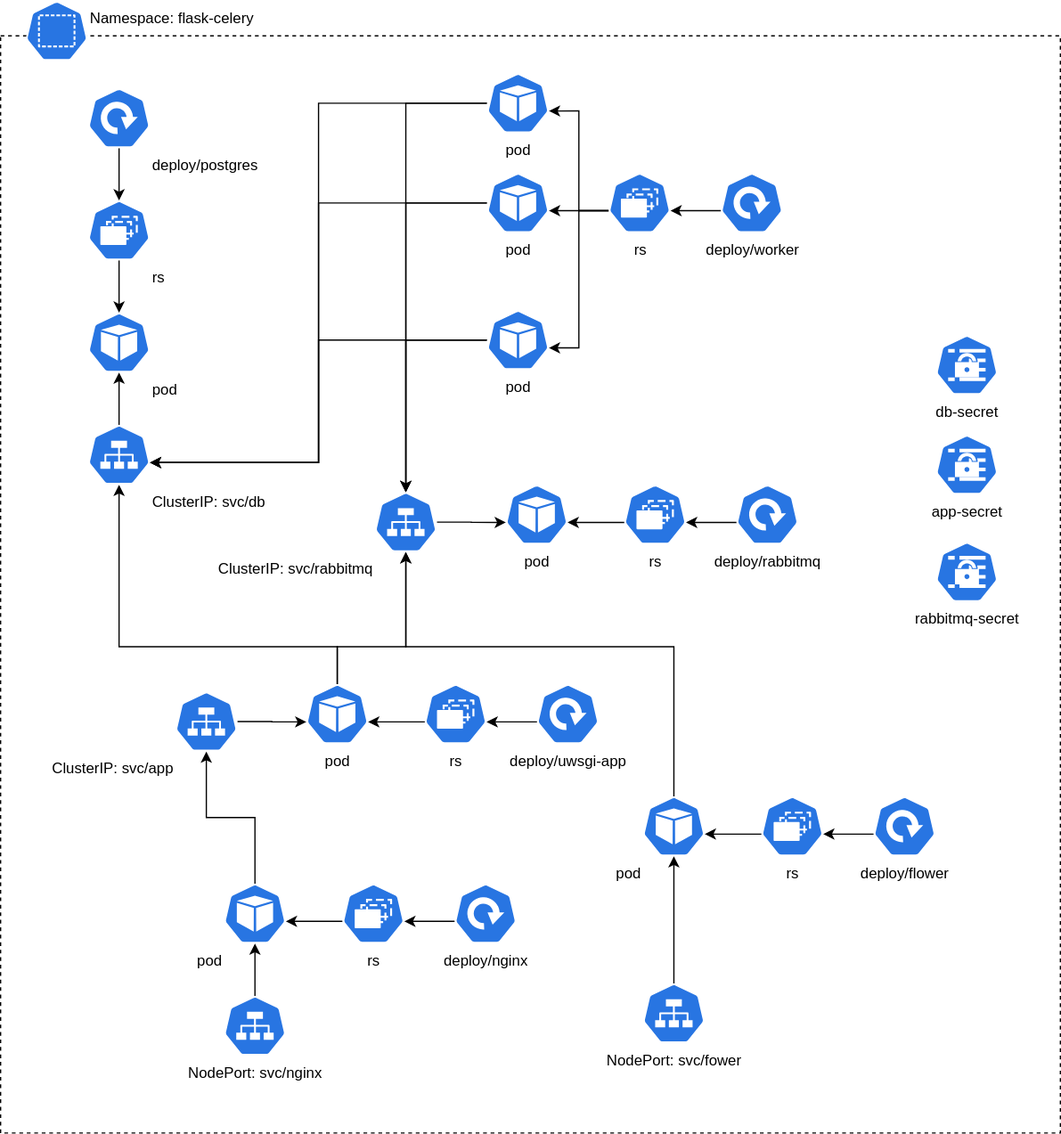
The draw.io diagram .github/images/k8s-diagram.svg in asoucase/flask-celery-kubernetes-example, before a commit. Source tidied: cells renumbered, new cells last; positions are measured from the earlier drawing's top-left corner, leaving out a move shared by most shapes.
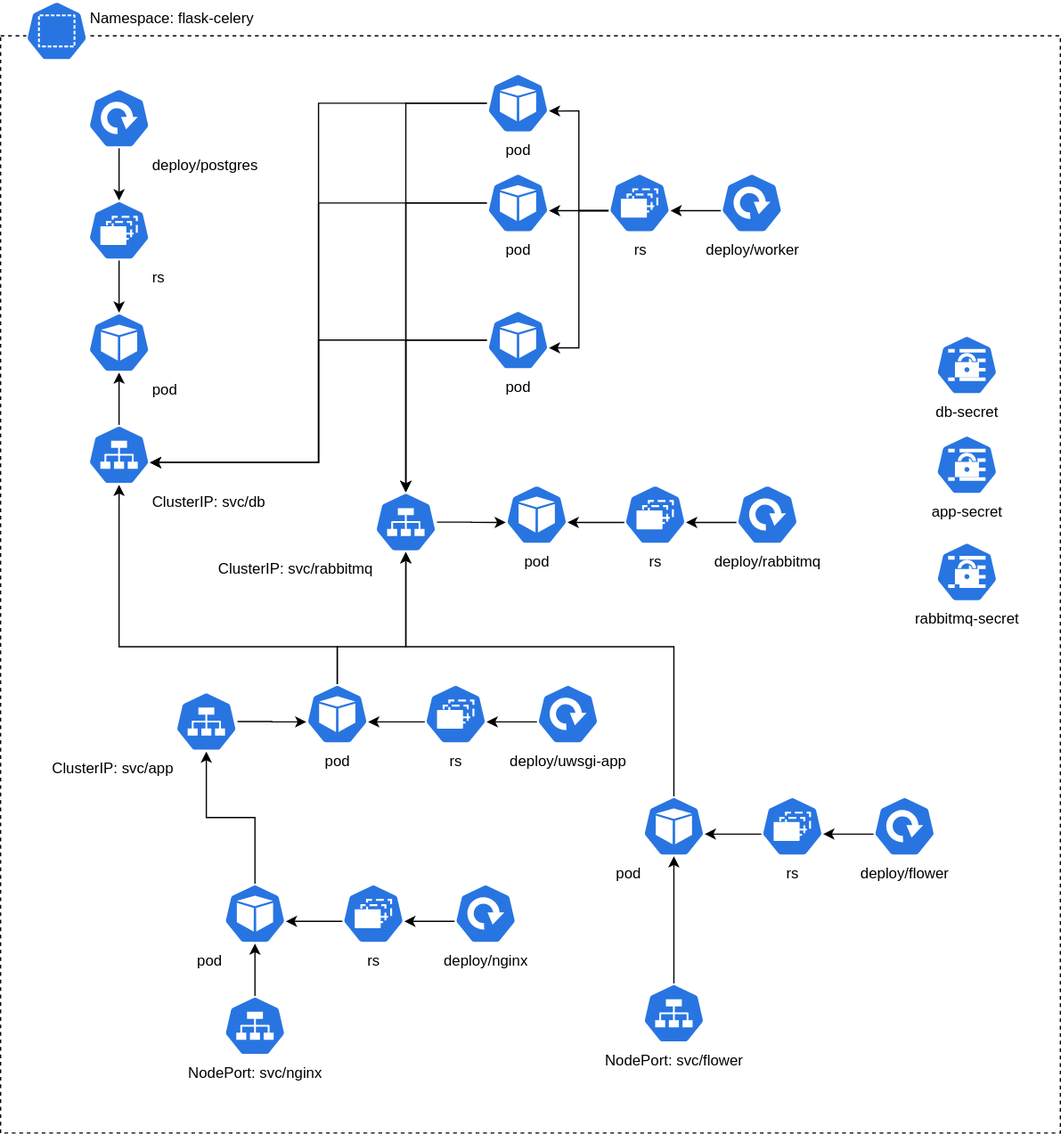
After the commit.

Commit message:
fix typo in diagram

Change to the diagram source:
```diff
@@ -155,7 +155,7 @@
     <mxCell id="47" style="edgeStyle=orthogonalEdgeStyle;rounded=0;jettySize=auto;html=1;entryX=0.5;entryY=1;entryDx=0;entryDy=0;entryPerimeter=0;" parent="1" edge="1" source="48" target="46">
       <mxGeometry relative="1" as="geometry" />
     </mxCell>
-    <mxCell id="48" value="NodePort: svc/fower" style="html=1;dashed=0;whitespace=wrap;fillColor=#2875E2;strokeColor=#ffffff;points=[[0.005,0.63,0],[0.1,0.2,0],[0.9,0.2,0],[0.5,0,0],[0.995,0.63,0],[0.72,0.99,0],[0.5,1,0],[0.28,0.99,0]];shape=mxgraph.kubernetes.icon;prIcon=svc;labelPosition=center;verticalLabelPosition=bottom;align=center;verticalAlign=top;" parent="1" vertex="1">
+    <mxCell id="48" value="NodePort: svc/flower" style="html=1;dashed=0;whitespace=wrap;fillColor=#2875E2;strokeColor=#ffffff;points=[[0.005,0.63,0],[0.1,0.2,0],[0.9,0.2,0],[0.5,0,0],[0.995,0.63,0],[0.72,0.99,0],[0.5,1,0],[0.28,0.99,0]];shape=mxgraph.kubernetes.icon;prIcon=svc;labelPosition=center;verticalLabelPosition=bottom;align=center;verticalAlign=top;" parent="1" vertex="1">
       <mxGeometry x="515" y="788" width="50" height="48" as="geometry" />
     </mxCell>
     <mxCell id="49" style="edgeStyle=orthogonalEdgeStyle;rounded=0;jettySize=auto;html=1;exitX=0.005;exitY=0.63;exitDx=0;exitDy=0;exitPerimeter=0;entryX=0.995;entryY=0.63;entryDx=0;entryDy=0;entryPerimeter=0;" parent="1" edge="1" source="50" target="46">
```
